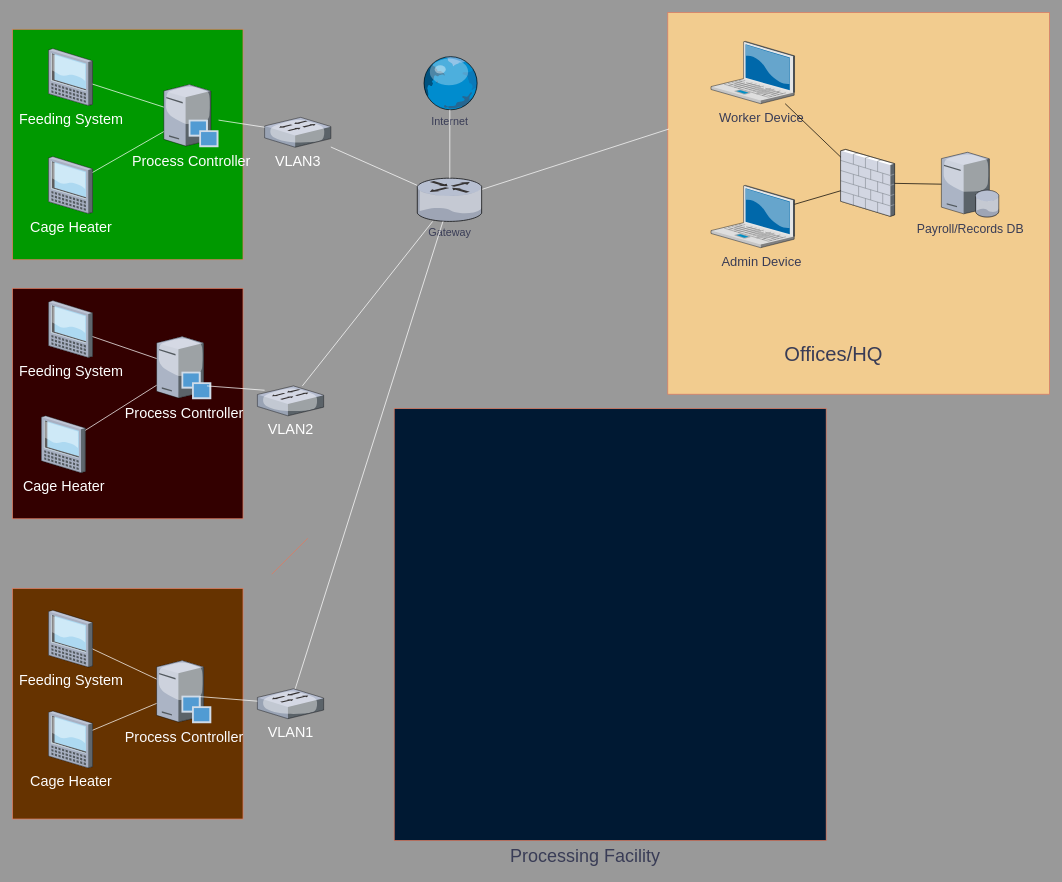
The draw.io diagram doc/Chinda's Chickens.drawio in kdn5436/CMMC-Compliance-Project, before the edit. Source tidied: cells renumbered, new cells numbered last; positions are measured from the earlier drawing's top-left corner, leaving out a move shared by most shapes. Both pictures are drawn from the tidied source at 72%, with x=0, y=0 at pixel (12, 12).
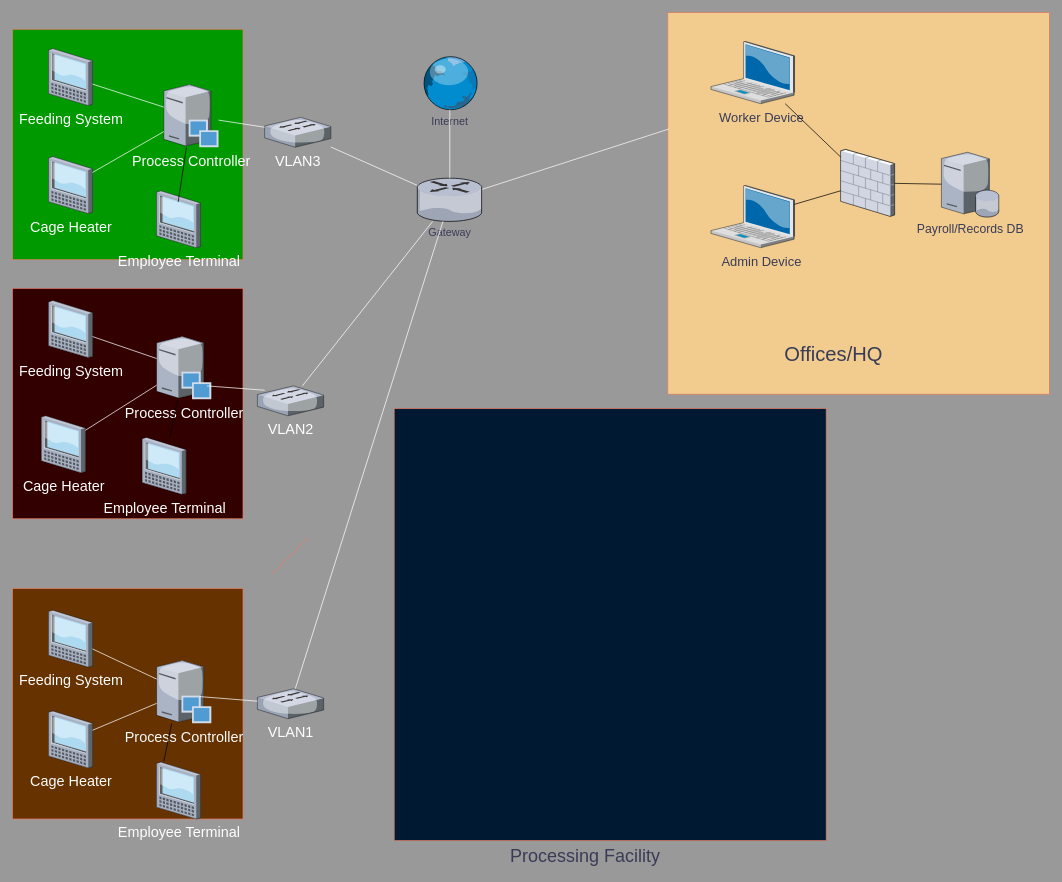
After the change.

The change refers to these unchanged cells:
```xml
<mxCell id="20" value="Process Controller" style="verticalLabelPosition=bottom;sketch=0;html=1;verticalAlign=top;strokeColor=none;align=center;outlineConnect=0;shape=mxgraph.citrix.provisioning_server;fontColor=#fdfdfd;fillColor=#F2CC8F;fontSize=20;" parent="1" vertex="1">
  <mxGeometry x="210" y="100" width="76" height="87" as="geometry" />
</mxCell>
<mxCell id="21" value="Process Controller" style="verticalLabelPosition=bottom;sketch=0;html=1;verticalAlign=top;strokeColor=none;align=center;outlineConnect=0;shape=mxgraph.citrix.provisioning_server;fontColor=#ffffff;fillColor=#F2CC8F;fontSize=20;" parent="1" vertex="1">
  <mxGeometry x="200" y="450" width="76" height="87" as="geometry" />
</mxCell>
```

Diff of the diagram source:
```diff
@@
+    <mxCell id="47" value="Employee Terminal" style="verticalLabelPosition=bottom;sketch=0;html=1;verticalAlign=top;strokeColor=none;align=center;outlineConnect=0;shape=mxgraph.citrix.tablet_1;fontColor=#ffffff;fillColor=#F2CC8F;fontSize=20;" parent="1" vertex="1">
+      <mxGeometry x="180" y="590" width="61" height="79" as="geometry" />
+    </mxCell>
+    <mxCell id="48" style="endArrow=none;html=1;rounded=0;" parent="1" edge="1" source="47" target="21">
+      <mxGeometry relative="1" as="geometry" />
+    </mxCell>
+    <mxCell id="49" value="Employee Terminal" style="verticalLabelPosition=bottom;sketch=0;html=1;verticalAlign=top;strokeColor=none;align=center;shape=mxgraph.citrix.tablet_1;fontColor=#ffffff;fillColor=#F2CC8F;fontSize=20;" parent="1" vertex="1">
+      <mxGeometry x="200" y="247.5" width="61" height="79" as="geometry" />
+    </mxCell>
+    <mxCell id="50" value="Employee Terminal" style="verticalLabelPosition=bottom;sketch=0;html=1;verticalAlign=top;strokeColor=none;align=center;shape=mxgraph.citrix.tablet_1;fontColor=#ffffff;fillColor=#F2CC8F;fontSize=20;" parent="1" vertex="1">
+      <mxGeometry x="200" y="1041" width="61" height="79" as="geometry" />
+    </mxCell>
+    <mxCell id="51" style="endArrow=none;html=1;rounded=0;" parent="1" edge="1">
+      <mxGeometry relative="1" as="geometry">
+        <mxPoint x="210" y="1040" as="sourcePoint" />
+        <mxPoint x="221" y="987" as="targetPoint" />
+      </mxGeometry>
+    </mxCell>
+    <mxCell id="52" style="endArrow=none;html=1;rounded=0;" parent="1" edge="1" target="20">
+      <mxGeometry relative="1" as="geometry">
+        <mxPoint x="230" y="263" as="sourcePoint" />
+      </mxGeometry>
+    </mxCell>
```
